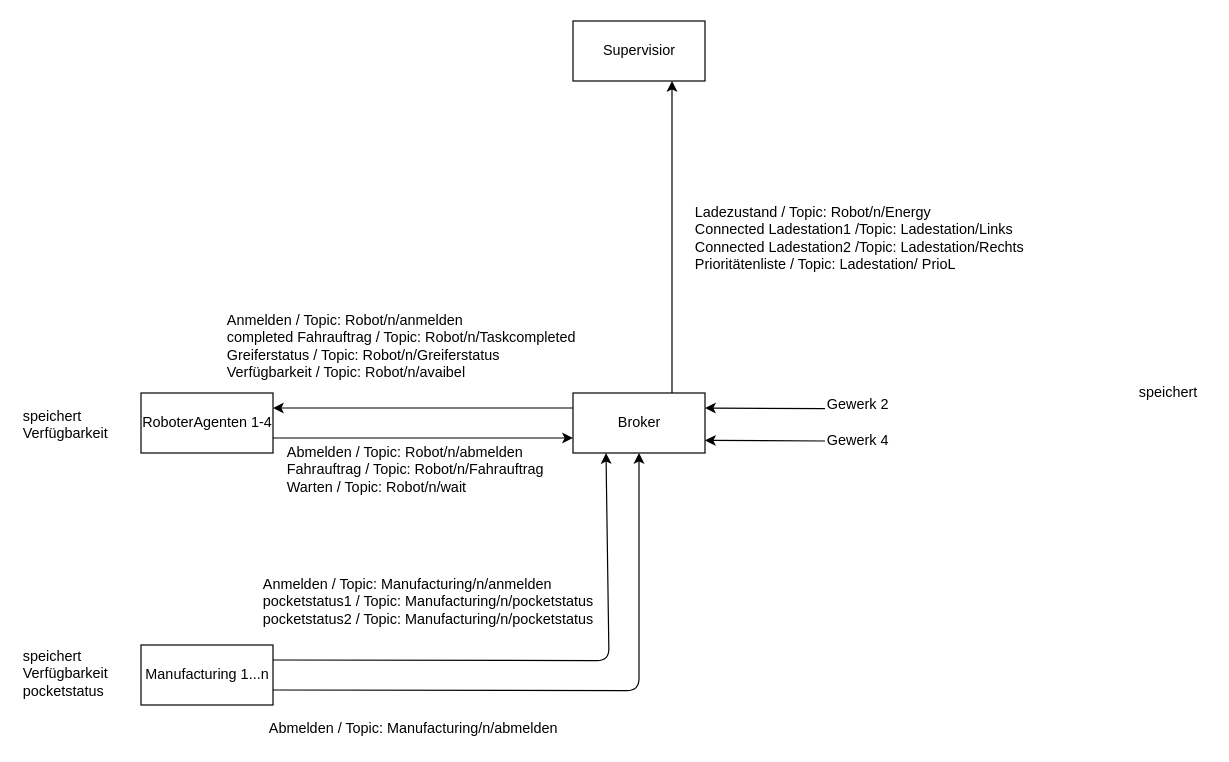
Before: Planung/MQTT.drawio in Nuramon4/Gewerk1, a draw.io diagram. Source tidied: cells renumbered, new cells numbered last; positions are measured from the earlier drawing's top-left corner, leaving out a move shared by most shapes. Both pictures are drawn from the tidied source at 120%, with x=0, y=0 at pixel (20, 20).
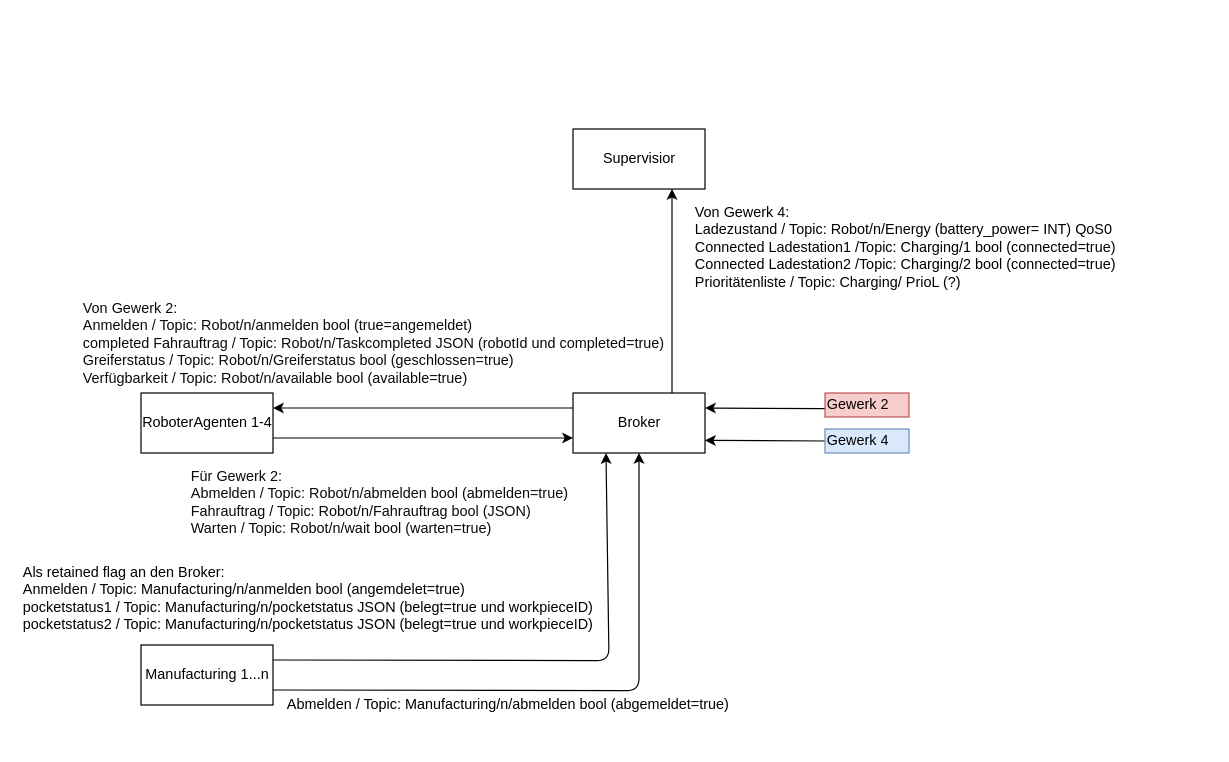
After the change.

Commit message (it also covers changes not shown here):
mqtt, sequenz, database

The edit, as a diff of the source:
```diff
@@
-    <mxCell id="5" value="Anmelden / Topic: Robot/n/anmelden&lt;br&gt;completed Fahrauftrag / Topic: Robot/n/Taskcompleted&lt;br&gt;Greiferstatus / Topic: Robot/n/Greiferstatus&lt;br&gt;Verfügbarkeit / Topic: Robot/n/avaibel" style="text;html=1;align=left;verticalAlign=top;spacingTop=-4;" parent="1" vertex="1">
-      <mxGeometry x="170" y="240" width="310" height="60" as="geometry" />
+    <mxCell id="5" value="&lt;font color=&quot;#0a0a0a&quot;&gt;Von Gewerk 2:&lt;br&gt;Anmelden / Topic: Robot/n/anmelden bool (true=angemeldet)&lt;br&gt;completed Fahrauftrag / Topic: Robot/n/Taskcompleted JSON (robotId und completed=true)&lt;br&gt;Greiferstatus / Topic: Robot/n/Greiferstatus bool (geschlossen=true)&lt;br&gt;Verfügbarkeit / Topic: Robot/n/available bool (available=true)&lt;/font&gt;" style="text;html=1;align=left;verticalAlign=top;spacingTop=-4;" parent="1" vertex="1">
+      <mxGeometry x="50" y="230" width="510" height="80" as="geometry" />
     </mxCell>
@@
-    <mxCell id="7" value="Abmelden / Topic: Robot/n/abmelden&lt;br&gt;Fahrauftrag / Topic: Robot/n/Fahrauftrag&lt;br&gt;Warten / Topic: Robot/n/wait" style="text;html=1;align=left;verticalAlign=top;spacingTop=-4;" parent="1" vertex="1">
-      <mxGeometry x="220" y="350" width="230" height="40" as="geometry" />
+    <mxCell id="7" value="&lt;font color=&quot;#0a0a0a&quot;&gt;Für Gewerk 2:&lt;br&gt;Abmelden / Topic: Robot/n/abmelden bool (abmelden=true)&lt;br&gt;Fahrauftrag / Topic: Robot/n/Fahrauftrag bool (JSON)&lt;br&gt;Warten / Topic: Robot/n/wait bool (warten=true)&lt;/font&gt;" style="text;html=1;align=left;verticalAlign=top;spacingTop=-4;" parent="1" vertex="1">
+      <mxGeometry x="140" y="370" width="340" height="70" as="geometry" />
     </mxCell>
-    <mxCell id="8" value="speichert&lt;br&gt;Verfügbarkeit" style="text;html=1;align=left;verticalAlign=top;spacingTop=-4;" parent="1" vertex="1">
-      <mxGeometry y="320" width="90" height="30" as="geometry" />
-    </mxCell>
@@
-    <mxCell id="12" value="speichert&lt;br&gt;Verfügbarkeit&lt;br&gt;pocketstatus" style="text;html=1;align=left;verticalAlign=top;spacingTop=-4;" parent="1" vertex="1">
-      <mxGeometry y="520" width="90" height="40" as="geometry" />
-    </mxCell>
-    <mxCell id="13" value="Anmelden / Topic:&amp;nbsp;&lt;span style=&quot;text-align: center&quot;&gt;Manufacturing&lt;/span&gt;/n/anmelden&lt;br&gt;pocketstatus1 / Topic:&amp;nbsp;&lt;span style=&quot;text-align: center&quot;&gt;Manufacturing&lt;/span&gt;/n/pocketstatus&lt;br&gt;pocketstatus2 / Topic:&amp;nbsp;&lt;span style=&quot;text-align: center&quot;&gt;Manufacturing&lt;/span&gt;/n/pocketstatus" style="text;html=1;align=left;verticalAlign=top;spacingTop=-4;" parent="1" vertex="1">
-      <mxGeometry x="200" y="460" width="290" height="40" as="geometry" />
+    <mxCell id="13" value="Als retained flag an den Broker:&lt;br&gt;Anmelden / Topic:&amp;nbsp;&lt;span style=&quot;text-align: center&quot;&gt;Manufacturing&lt;/span&gt;/n/anmelden bool (angemdelet=true)&lt;br&gt;pocketstatus1 / Topic:&amp;nbsp;&lt;span style=&quot;text-align: center&quot;&gt;Manufacturing&lt;/span&gt;/n/pocketstatus JSON (belegt=true und workpieceID)&lt;br&gt;pocketstatus2 / Topic:&amp;nbsp;&lt;span style=&quot;text-align: center&quot;&gt;Manufacturing&lt;/span&gt;/n/pocketstatus JSON (belegt=true und workpieceID)" style="text;html=1;align=left;verticalAlign=top;spacingTop=-4;" parent="1" vertex="1">
+      <mxGeometry y="450" width="500" height="70" as="geometry" />
     </mxCell>
-    <mxCell id="14" value="Abmelden / Topic:&amp;nbsp;&lt;span style=&quot;text-align: center&quot;&gt;Manufacturing&lt;/span&gt;/n/abmelden&lt;br&gt;" style="text;html=1;align=left;verticalAlign=top;spacingTop=-4;" parent="1" vertex="1">
-      <mxGeometry x="205" y="580" width="260" height="20" as="geometry" />
+    <mxCell id="14" value="Abmelden / Topic:&amp;nbsp;&lt;span style=&quot;text-align: center&quot;&gt;Manufacturing&lt;/span&gt;/n/abmelden bool (abgemeldet=true)" style="text;html=1;align=left;verticalAlign=top;spacingTop=-4;" parent="1" vertex="1">
+      <mxGeometry x="220" y="560" width="390" height="20" as="geometry" />
     </mxCell>
-    <mxCell id="15" value="speichert" style="text;html=1;align=left;verticalAlign=top;spacingTop=-4;" parent="1" vertex="1">
-      <mxGeometry x="930" y="300" width="60" height="20" as="geometry" />
-    </mxCell>
     <mxCell id="16" value="Supervisior" style="html=1;" parent="1" vertex="1">
-      <mxGeometry x="460" width="110" height="50" as="geometry" />
+      <mxGeometry x="460" y="90" width="110" height="50" as="geometry" />
     </mxCell>
@@
-    <mxCell id="18" value="Ladezustand / Topic: Robot/n/Energy&lt;br&gt;Connected Ladestation1 /Topic: Ladestation/Links&lt;br&gt;Connected Ladestation2 /Topic: Ladestation/Rechts&lt;br&gt;Prioritätenliste / Topic: Ladestation/ PrioL" style="text;html=1;align=left;verticalAlign=top;spacingTop=-4;" parent="1" vertex="1">
-      <mxGeometry x="560" y="150" width="290" height="60" as="geometry" />
+    <mxCell id="18" value="Von Gewerk 4:&lt;br&gt;Ladezustand / Topic: Robot/n/Energy (battery_power= INT) QoS0&lt;br&gt;Connected Ladestation1 /Topic: Charging/1 bool (connected=true)&lt;br&gt;Connected Ladestation2 /Topic: Charging/2 bool (connected=true)&lt;br&gt;Prioritätenliste / Topic: Charging/ PrioL (?)" style="text;html=1;align=left;verticalAlign=top;spacingTop=-4;" parent="1" vertex="1">
+      <mxGeometry x="560" y="150" width="370" height="80" as="geometry" />
     </mxCell>
@@
-    <mxCell id="21" value="Gewerk 2&lt;br&gt;" style="text;html=1;align=left;verticalAlign=top;spacingTop=-4;" parent="1" vertex="1">
+    <mxCell id="21" value="Gewerk 2&lt;br&gt;" style="text;html=1;align=left;verticalAlign=top;spacingTop=-4;fillColor=#f8cecc;strokeColor=#b85450;" parent="1" vertex="1">
       <mxGeometry x="670" y="310" width="70" height="20" as="geometry" />
     </mxCell>
-    <mxCell id="22" value="Gewerk 4" style="text;html=1;align=left;verticalAlign=top;spacingTop=-4;" parent="1" vertex="1">
+    <mxCell id="22" value="Gewerk 4" style="text;html=1;align=left;verticalAlign=top;spacingTop=-4;fillColor=#dae8fc;strokeColor=#6c8ebf;" parent="1" vertex="1">
       <mxGeometry x="670" y="340" width="70" height="20" as="geometry" />
     </mxCell>
```
